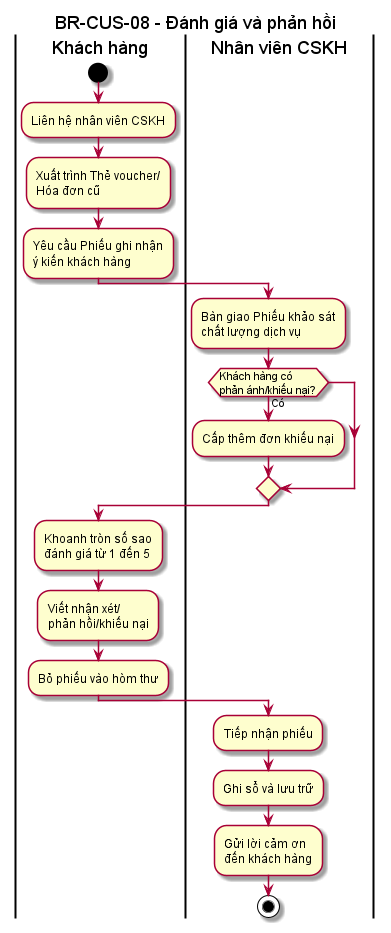
Above: diagram/activity/KhachHang/Danh_gia_va_Phan_hoi.png in Ngo-The-Dat/e-voucher-system (PlantUML), before the change.
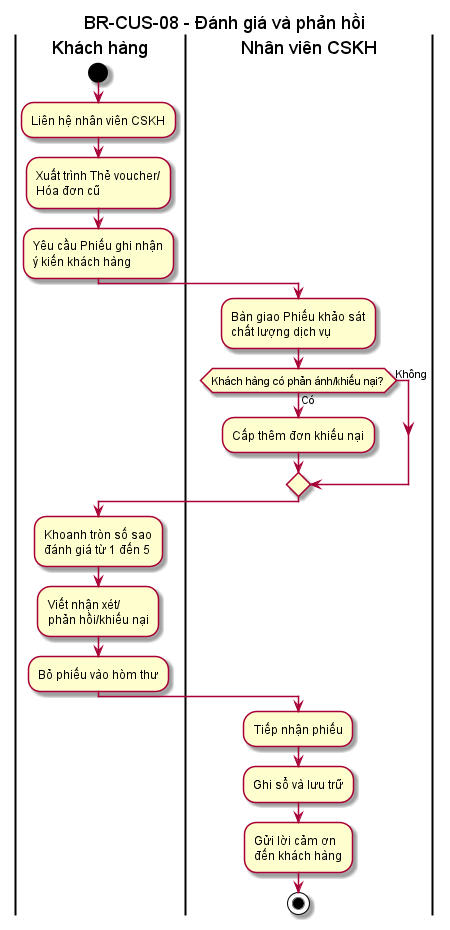
The same diagram one commit later.

Commit message:
docs: fix again activity diagram for customer review and feedback process

Change to the diagram source:
```diff
@@ -10,8 +10,9 @@
 |Nhân viên CSKH|
 :Bàn giao Phiếu khảo sát\nchất lượng dịch vụ;
 
-if (Khách hàng có\nphản ánh/khiếu nại?) then (Có)
+if (Khách hàng có phản ánh/khiếu nại?) then (Có)
     :Cấp thêm đơn khiếu nại;
+else (Không)
 endif
 
 |Khách hàng|
```
